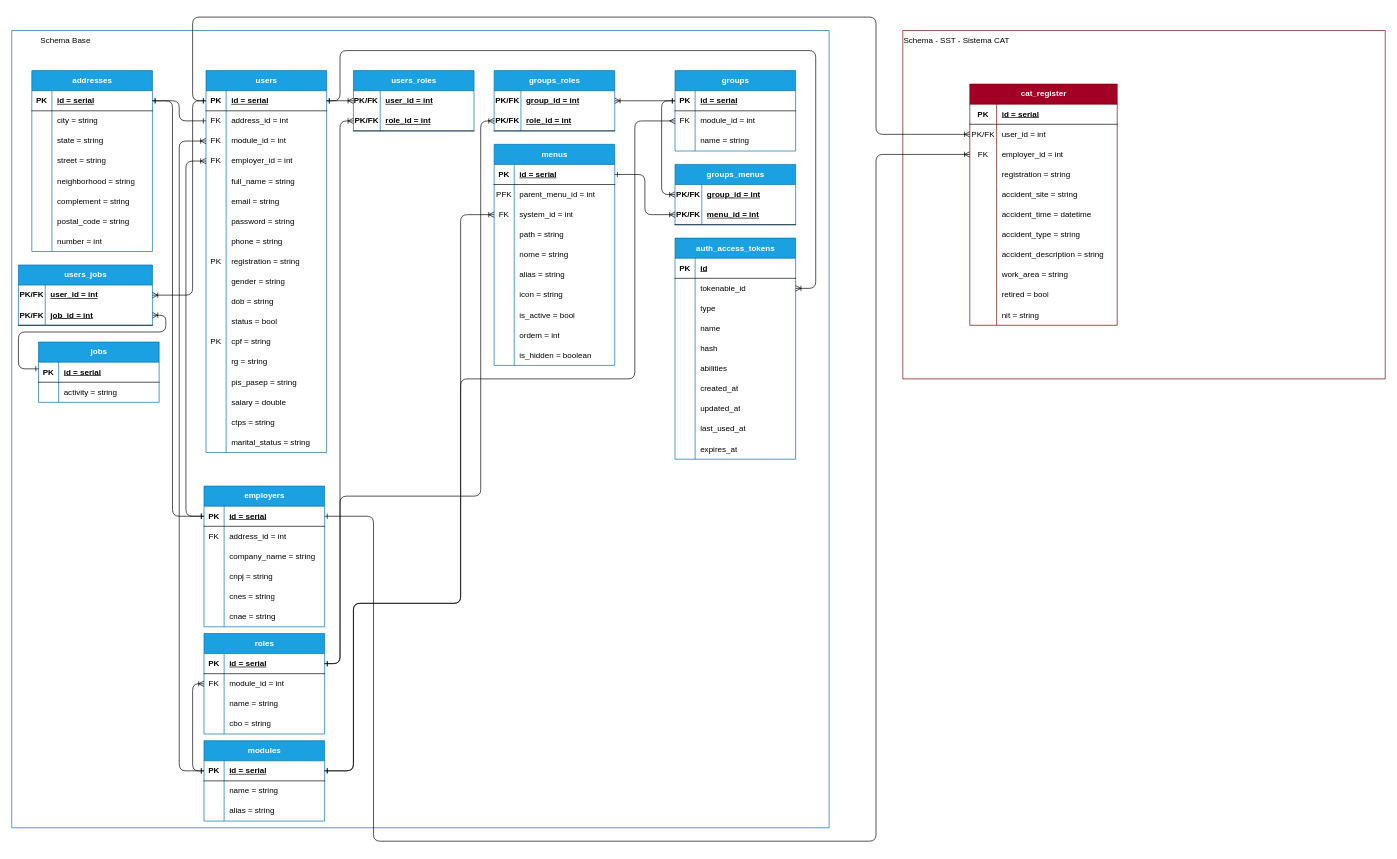
The draw.io diagram projeto_base/SistemaBaseUmbrella.drawio in DCOMP-UFS/coffee_rep_umbrella_documentacao, before the edit. Source tidied: cells renumbered, new cells numbered last; positions are measured from the earlier drawing's top-left corner, leaving out a move shared by most shapes. Both pictures are drawn from the tidied source at 67%, with x=0, y=0 at pixel (11, 17).
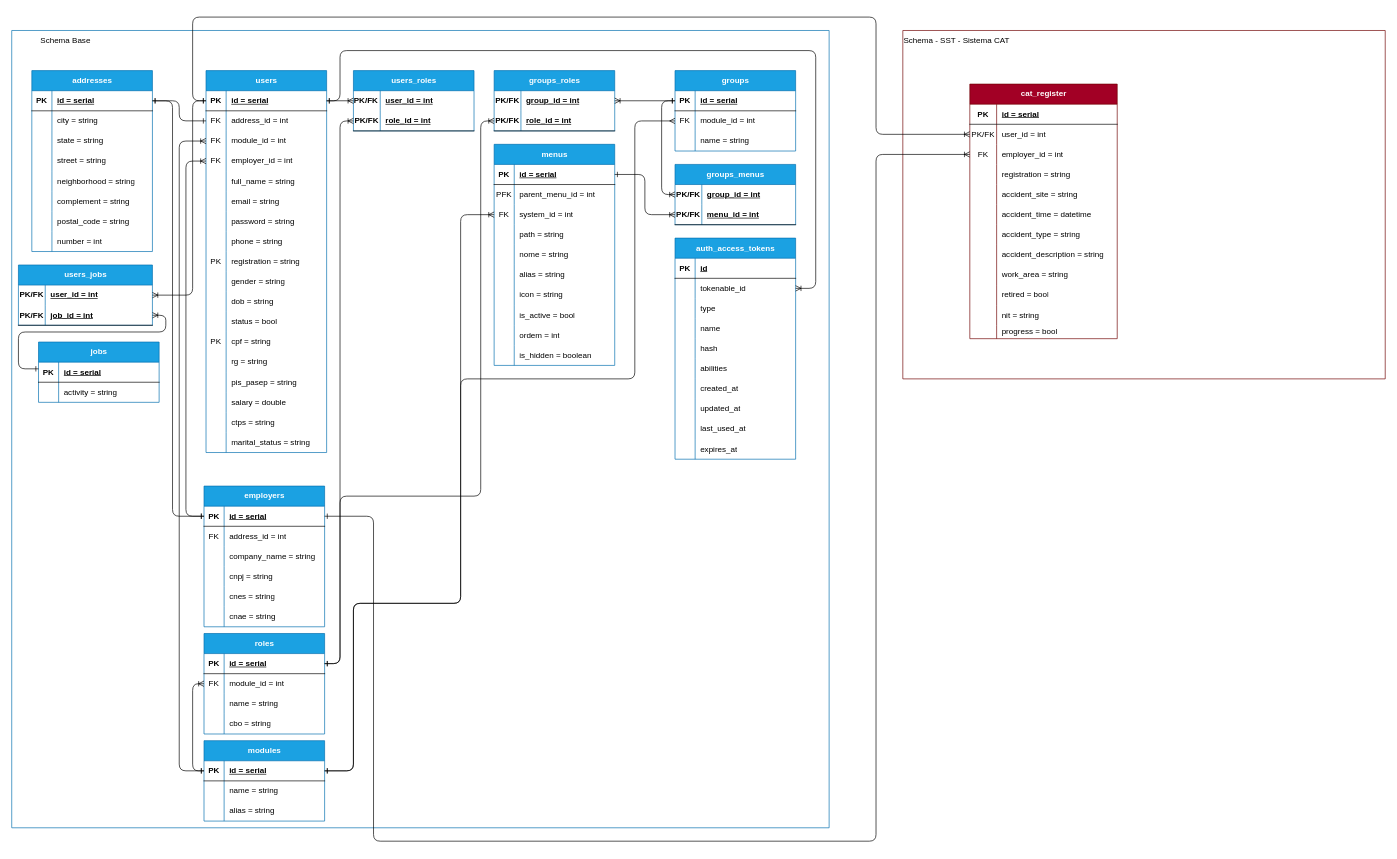
The same diagram, later.

Commit message (it also covers changes not shown here):
adicionado atributo progress = bool na tabela CAT

The change refers to these unchanged cells:
```xml
<mxCell id="2" style="swimlane;startSize=0;fillColor=#a20025;fontColor=#ffffff;strokeColor=#6F0000;" parent="1" vertex="1">
  <mxGeometry x="1330" y="20" width="720" height="520" as="geometry" />
</mxCell>
```

Change to the diagram source:
```diff
@@
     <mxCell id="20" value="cat_register" style="shape=table;startSize=30;childLayout=tableLayout;rowLines=0;fontStyle=1;align=center;html=1;fillColor=#a20025;fontColor=#ffffff;strokeColor=#6F0000;" parent="2" vertex="1">
-      <mxGeometry x="100" y="80" width="220" height="360" as="geometry" />
+      <mxGeometry x="100" y="80" width="220" height="380" as="geometry" />
     </mxCell>
@@
+    <mxCell id="303" style="shape=tableRow;horizontal=0;startSize=0;swimlaneHead=0;swimlaneBody=0;fillColor=none;top=0;left=0;right=0;bottom=0;" parent="20" vertex="1">
+      <mxGeometry y="360" width="220" height="20" as="geometry" />
+    </mxCell>
+    <mxCell id="304" style="shape=partialRectangle;fillColor=none;top=0;left=0;bottom=0;right=0;overflow=hidden;whiteSpace=wrap;html=1;" parent="303" vertex="1">
+      <mxGeometry width="40" height="20" as="geometry" />
+    </mxCell>
+    <mxCell id="305" value="progress = bool" style="shape=partialRectangle;fillColor=none;top=0;left=0;bottom=0;right=0;align=left;spacingLeft=6;overflow=hidden;whiteSpace=wrap;html=1;" parent="303" vertex="1">
+      <mxGeometry x="40" width="180" height="20" as="geometry" />
+    </mxCell>
```
